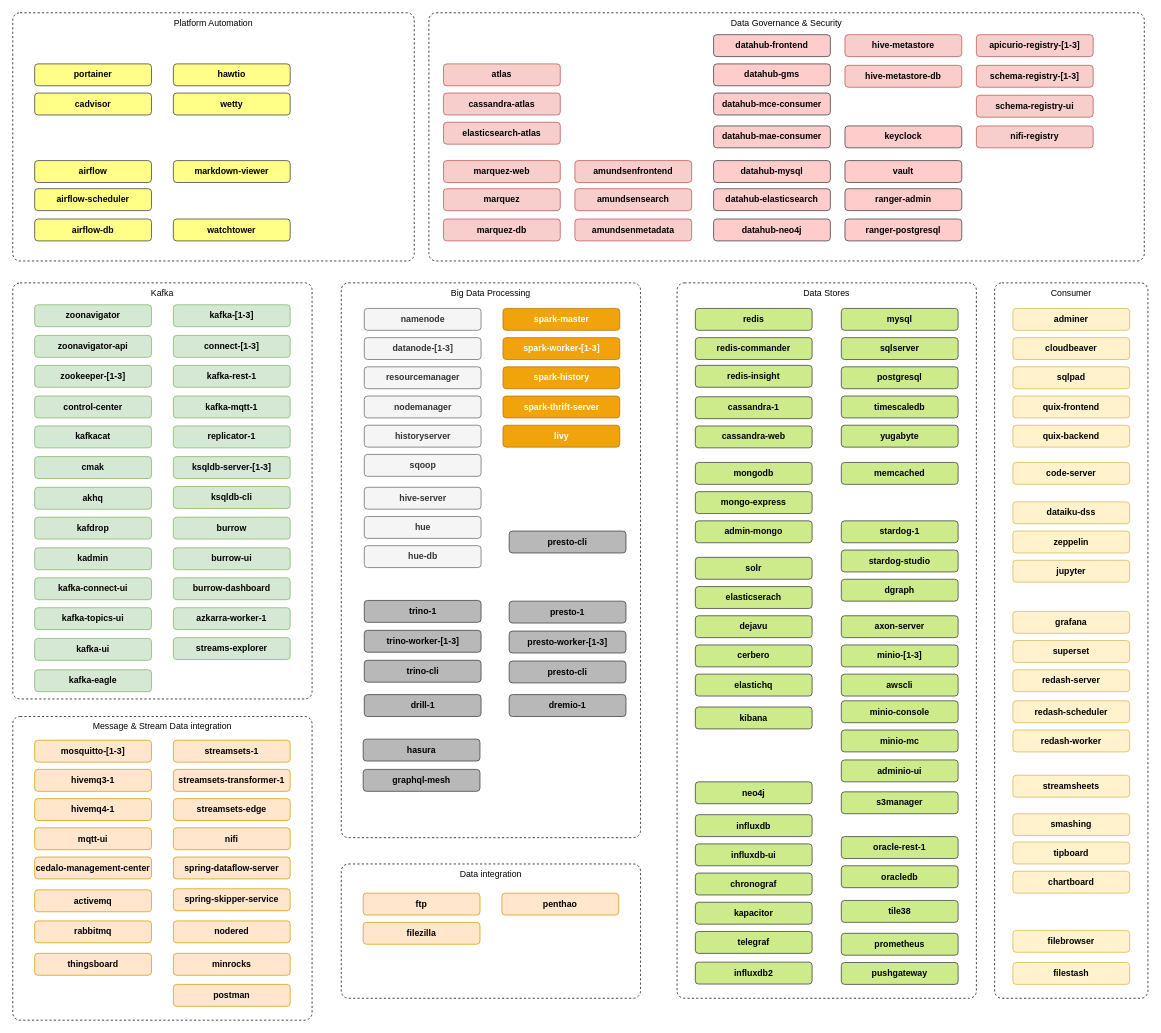
The draw.io diagram page "Services" (1 of 4) of documentation/drawio/modern-data-platform.drawio in TrivadisPF/platys-modern-data-platform, before the edit. Source tidied: cells renumbered, new cells numbered last; positions are measured from the earlier drawing's top-left corner, leaving out a move shared by most shapes. Both pictures are drawn from the tidied source at 73%, with x=0, y=0 at pixel (12, 12).
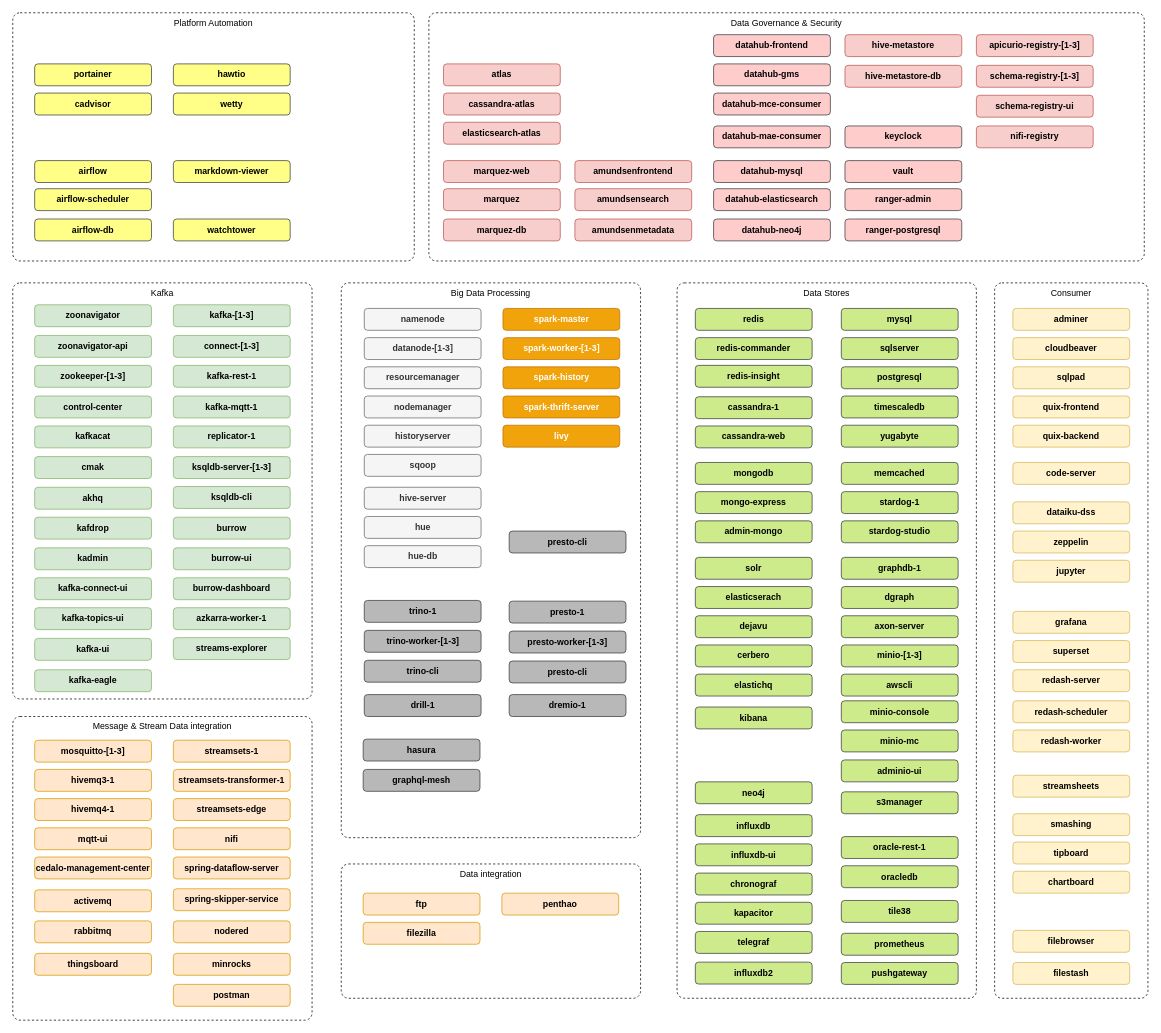
After the change.

Commit message (it also covers changes not shown here):
support for GraphDB Free edition added: #333

What changed in the source:
```diff
@@
     <mxCell id="138" value="&lt;span&gt;stardog-1&lt;/span&gt;" style="rounded=1;whiteSpace=wrap;html=1;fillColor=#cdeb8b;strokeColor=#36393d;fontStyle=1;" parent="1" vertex="1">
-      <mxGeometry x="1135" y="696" width="160" height="30" as="geometry" />
+      <mxGeometry x="1135" y="656" width="160" height="30" as="geometry" />
     </mxCell>
     <mxCell id="139" value="&lt;span&gt;stardog-studio&lt;/span&gt;" style="rounded=1;whiteSpace=wrap;html=1;fillColor=#cdeb8b;strokeColor=#36393d;fontStyle=1;" parent="1" vertex="1">
-      <mxGeometry x="1135" y="736" width="160" height="30" as="geometry" />
+      <mxGeometry x="1135" y="696" width="160" height="30" as="geometry" />
     </mxCell>
@@
     <mxCell id="157" value="&lt;span&gt;dgraph&lt;/span&gt;" style="rounded=1;whiteSpace=wrap;html=1;fillColor=#cdeb8b;strokeColor=#36393d;fontStyle=1;" parent="1" vertex="1">
-      <mxGeometry x="1135" y="776" width="160" height="30" as="geometry" />
+      <mxGeometry x="1135" y="786" width="160" height="30" as="geometry" />
     </mxCell>
@@
+    <mxCell id="178" value="&lt;span&gt;graphdb-1&lt;/span&gt;" style="rounded=1;whiteSpace=wrap;html=1;fillColor=#cdeb8b;strokeColor=#36393d;fontStyle=1;" parent="1" vertex="1">
+      <mxGeometry x="1135" y="746" width="160" height="30" as="geometry" />
+    </mxCell>
```
